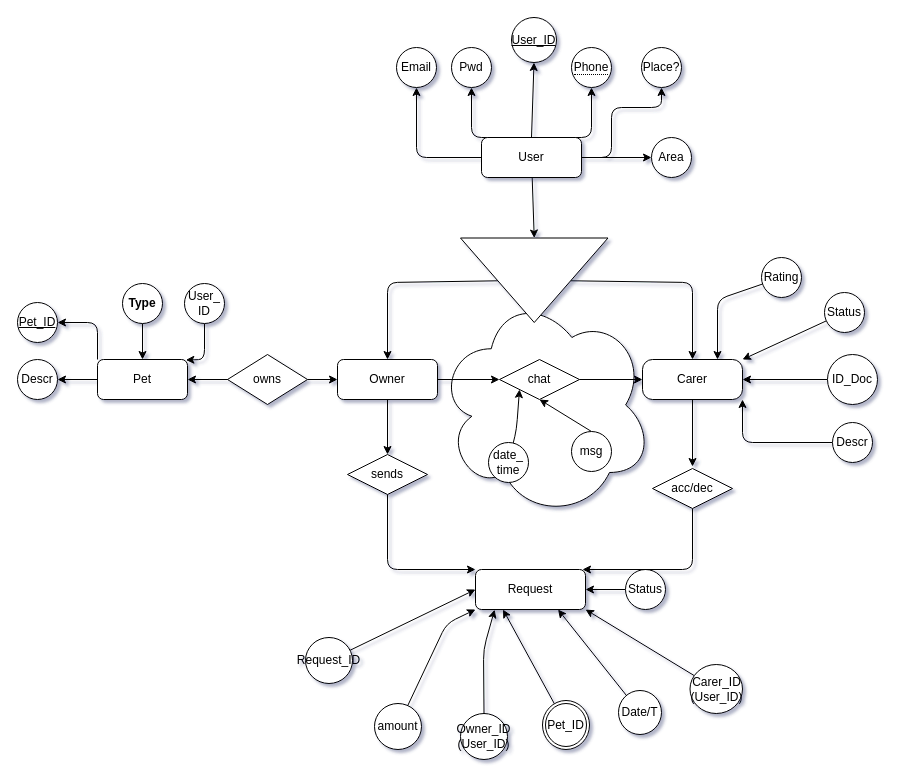
iagogonzalezborines/MascoTier_Project keeps this draw.io diagram as Docs/DB/entidad-realcion.drawio. Above is the earlier version. Source tidied: cells renumbered, new cells numbered last; positions are measured from the earlier drawing's top-left corner, leaving out a move shared by most shapes. Both pictures are drawn from the tidied source at 100%, with x=0, y=0 at pixel (17, 17).
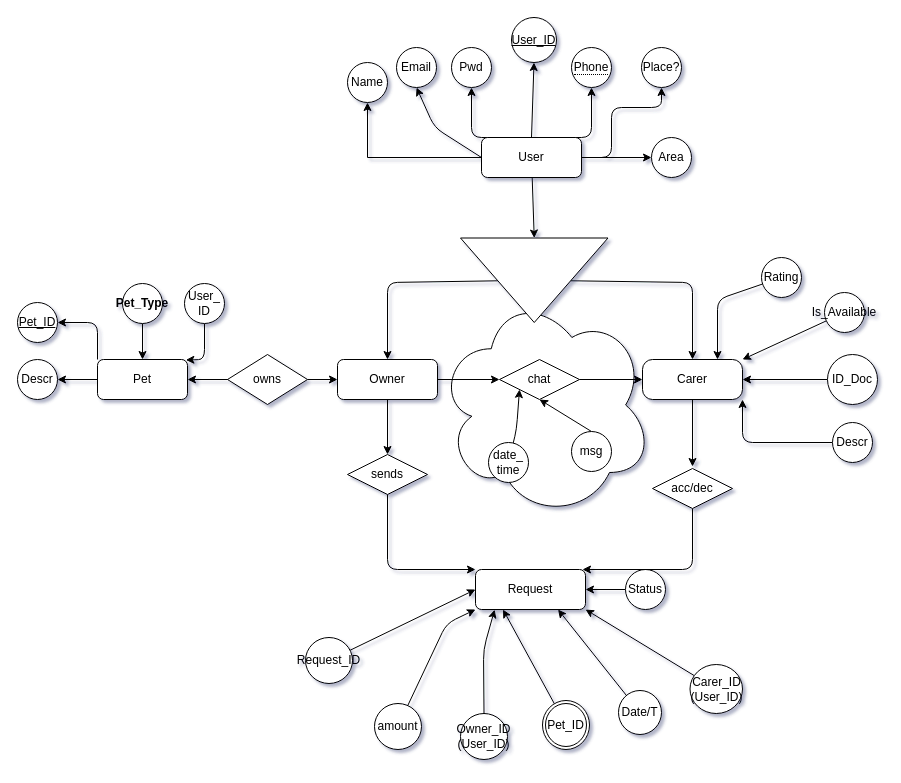
Above is the later version.

Unchanged cells that the change refers to:
```xml
<mxCell id="13" value="User" style="rounded=1;whiteSpace=wrap;html=1;" parent="1" vertex="1">
  <mxGeometry x="464" y="120" width="100" height="40" as="geometry" />
</mxCell>
<mxCell id="18" value="Email" style="ellipse;whiteSpace=wrap;html=1;" parent="1" vertex="1">
  <mxGeometry x="379" y="30" width="40" height="40" as="geometry" />
</mxCell>
```

Change to the diagram source:
```diff
@@
     <mxCell id="10" style="edgeStyle=none;html=1;exitX=0;exitY=0.5;exitDx=0;exitDy=0;entryX=0.5;entryY=1;entryDx=0;entryDy=0;" parent="1" edge="1" source="13" target="18">
       <mxGeometry relative="1" as="geometry">
         <Array as="points">
-          <mxPoint x="399" y="140" />
+          <mxPoint x="417" y="110" />
         </Array>
       </mxGeometry>
     </mxCell>
@@
+    <mxCell id="70" style="edgeStyle=orthogonalEdgeStyle;rounded=0;jettySize=auto;html=1;entryX=0.5;entryY=1;entryDx=0;entryDy=0;" parent="1" edge="1" source="13" target="71">
+      <mxGeometry relative="1" as="geometry" />
+    </mxCell>
@@
-    <mxCell id="42" value="Status" style="ellipse;whiteSpace=wrap;html=1;" parent="1" vertex="1">
+    <mxCell id="42" value="Is_Available" style="ellipse;whiteSpace=wrap;html=1;" parent="1" vertex="1">
       <mxGeometry x="807" y="275" width="40" height="40" as="geometry" />
     </mxCell>
@@
-    <mxCell id="46" value="Type" style="ellipse;whiteSpace=wrap;html=1;fontStyle=1;" parent="1" vertex="1">
+    <mxCell id="46" value="Pet_Type" style="ellipse;whiteSpace=wrap;html=1;fontStyle=1;" parent="1" vertex="1">
       <mxGeometry x="105" y="266" width="40" height="40" as="geometry" />
     </mxCell>
@@
+    <mxCell id="71" value="Name" style="ellipse;whiteSpace=wrap;html=1;" parent="1" vertex="1">
+      <mxGeometry x="330" y="45" width="40" height="40" as="geometry" />
+    </mxCell>
```
